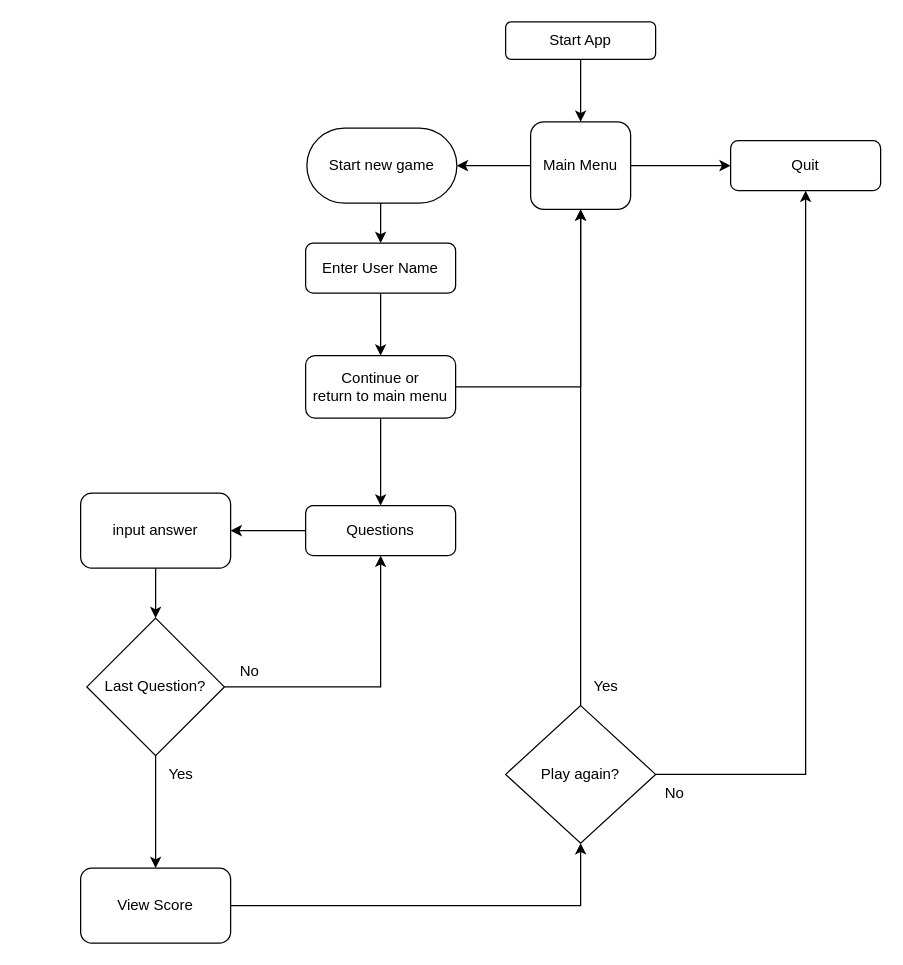
The draw.io diagram projects/terminal-app/docs/control-flow.drawio in Luke-kb/terminal-trivia, before the edit. Source tidied: cells renumbered, new cells numbered last; positions are measured from the earlier drawing's top-left corner, leaving out a move shared by most shapes. Both pictures are drawn from the tidied source at 125%, with x=0, y=0 at pixel (80, 21).
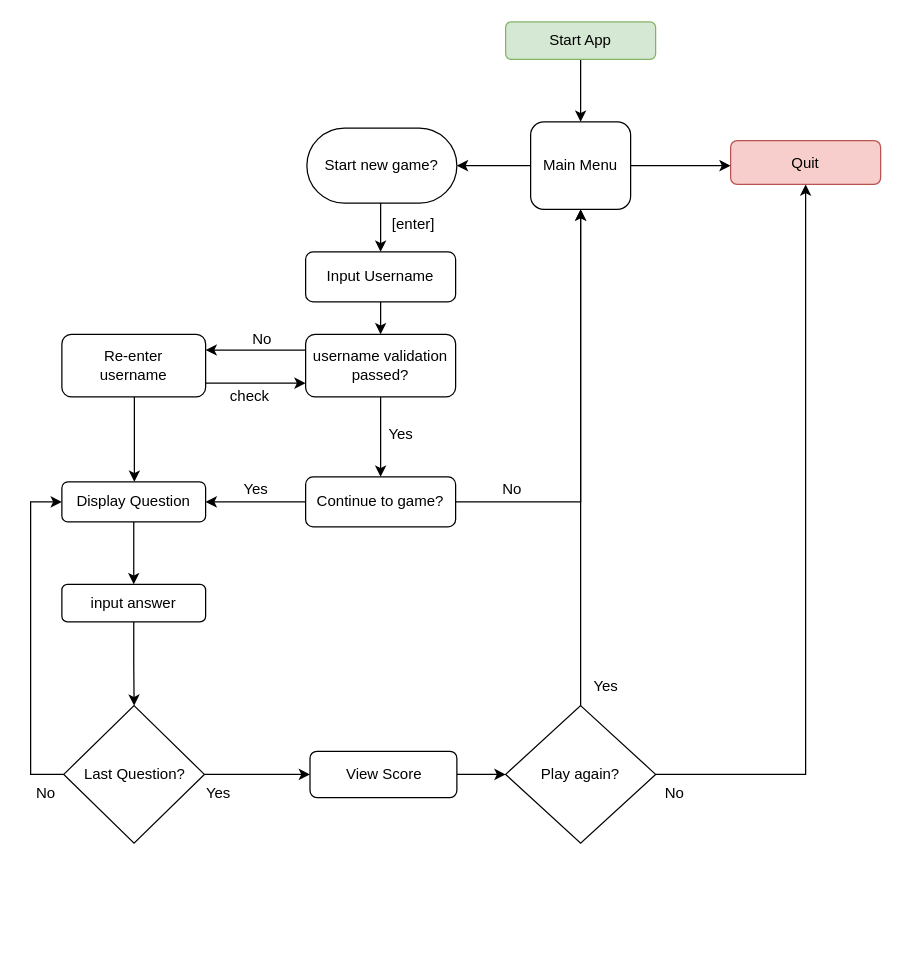
Above is the later version.

Commit message (it also covers changes not shown here):
updated control flow diagram to include username validation

Unchanged cells that the change refers to:
```xml
<mxCell id="27" value="Main Menu" style="rounded=1;whiteSpace=wrap;html=1;" parent="1" vertex="1">
  <mxGeometry x="360" y="80" width="80" height="70" as="geometry" />
</mxCell>
```

What changed in the source:
```diff
@@
-    <mxCell id="3" value="Start App" style="rounded=1;whiteSpace=wrap;html=1;fontSize=12;glass=0;strokeWidth=1;shadow=0;" parent="1" vertex="1">
+    <mxCell id="3" value="Start App" style="rounded=1;whiteSpace=wrap;html=1;fontSize=12;glass=0;strokeWidth=1;shadow=0;fillColor=#d5e8d4;strokeColor=#82b366;" parent="1" vertex="1">
       <mxGeometry x="340" width="120" height="30" as="geometry" />
     </mxCell>
@@
-    <mxCell id="5" value="Enter User Name" style="rounded=1;whiteSpace=wrap;html=1;fontSize=12;glass=0;strokeWidth=1;shadow=0;" parent="1" vertex="1">
-      <mxGeometry x="180" y="177" width="120" height="40" as="geometry" />
+    <mxCell id="5" value="Input Username" style="rounded=1;whiteSpace=wrap;html=1;fontSize=12;glass=0;strokeWidth=1;shadow=0;" parent="1" vertex="1">
+      <mxGeometry x="180" y="184" width="120" height="40" as="geometry" />
     </mxCell>
-    <mxCell id="6" style="edgeStyle=orthogonalEdgeStyle;rounded=0;jettySize=auto;html=1;" parent="1" edge="1" source="8" target="27">
-      <mxGeometry relative="1" as="geometry" />
-    </mxCell>
+    <mxCell id="31" style="edgeStyle=orthogonalEdgeStyle;rounded=0;jettySize=auto;html=1;exitX=0;exitY=0.25;exitDx=0;exitDy=0;entryX=1;entryY=0.25;entryDx=0;entryDy=0;" parent="1" edge="1" source="8" target="40">
+      <mxGeometry relative="1" as="geometry" />
+    </mxCell>
-    <mxCell id="7" style="edgeStyle=orthogonalEdgeStyle;rounded=0;jettySize=auto;html=1;" parent="1" edge="1" source="8" target="10">
+    <mxCell id="7" style="edgeStyle=orthogonalEdgeStyle;rounded=0;jettySize=auto;html=1;exitX=0.5;exitY=1;exitDx=0;exitDy=0;entryX=0.5;entryY=0;entryDx=0;entryDy=0;" parent="1" edge="1" source="8" target="10">
       <mxGeometry relative="1" as="geometry" />
     </mxCell>
-    <mxCell id="8" value="&lt;div&gt;Continue or &lt;br&gt;&lt;/div&gt;&lt;div&gt;return to main menu&lt;/div&gt;" style="rounded=1;whiteSpace=wrap;html=1;fontSize=12;glass=0;strokeWidth=1;shadow=0;" parent="1" vertex="1">
-      <mxGeometry x="180" y="267" width="120" height="50" as="geometry" />
+    <mxCell id="8" value="username validation passed?" style="rounded=1;whiteSpace=wrap;html=1;fontSize=12;glass=0;strokeWidth=1;shadow=0;" parent="1" vertex="1">
+      <mxGeometry x="180" y="250" width="120" height="50" as="geometry" />
     </mxCell>
-    <mxCell id="9" style="edgeStyle=orthogonalEdgeStyle;rounded=0;jettySize=auto;html=1;entryX=1;entryY=0.5;entryDx=0;entryDy=0;" parent="1" edge="1" source="10" target="15">
+    <mxCell id="9" style="edgeStyle=orthogonalEdgeStyle;rounded=0;jettySize=auto;html=1;entryX=1;entryY=0.5;entryDx=0;entryDy=0;" parent="1" edge="1" source="10" target="34">
       <mxGeometry relative="1" as="geometry" />
     </mxCell>
+    <mxCell id="32" style="edgeStyle=orthogonalEdgeStyle;rounded=0;jettySize=auto;html=1;exitX=1;exitY=0.5;exitDx=0;exitDy=0;" parent="1" edge="1" source="10" target="27">
+      <mxGeometry relative="1" as="geometry" />
+    </mxCell>
-    <mxCell id="10" value="Questions" style="rounded=1;whiteSpace=wrap;html=1;fontSize=12;glass=0;strokeWidth=1;shadow=0;" parent="1" vertex="1">
-      <mxGeometry x="180" y="387" width="120" height="40" as="geometry" />
+    <mxCell id="10" value="Continue to game?" style="rounded=1;whiteSpace=wrap;html=1;fontSize=12;glass=0;strokeWidth=1;shadow=0;" parent="1" vertex="1">
+      <mxGeometry x="180" y="364" width="120" height="40" as="geometry" />
     </mxCell>
-    <mxCell id="11" value="Quit" style="rounded=1;whiteSpace=wrap;html=1;fontSize=12;glass=0;strokeWidth=1;shadow=0;" parent="1" vertex="1">
-      <mxGeometry x="520" y="95" width="120" height="40" as="geometry" />
+    <mxCell id="11" value="Quit" style="rounded=1;whiteSpace=wrap;html=1;fontSize=12;glass=0;strokeWidth=1;shadow=0;fillColor=#f8cecc;strokeColor=#b85450;" parent="1" vertex="1">
+      <mxGeometry x="520" y="95" width="120" height="35" as="geometry" />
     </mxCell>
@@
-    <mxCell id="13" value="Start new game" style="rounded=1;whiteSpace=wrap;html=1;arcSize=50;" parent="1" vertex="1">
+    <mxCell id="13" value="Start new game?" style="rounded=1;whiteSpace=wrap;html=1;arcSize=50;" parent="1" vertex="1">
       <mxGeometry x="181" y="85" width="120" height="60" as="geometry" />
     </mxCell>
@@
     <mxCell id="15" value="input answer" style="rounded=1;whiteSpace=wrap;html=1;" parent="1" vertex="1">
-      <mxGeometry y="377" width="120" height="60" as="geometry" />
+      <mxGeometry x="-15" y="450" width="115" height="30" as="geometry" />
     </mxCell>
-    <mxCell id="16" style="edgeStyle=orthogonalEdgeStyle;rounded=0;jettySize=auto;html=1;" parent="1" edge="1" source="18">
-      <mxGeometry relative="1" as="geometry">
-        <mxPoint x="60" y="677" as="targetPoint" />
-      </mxGeometry>
-    </mxCell>
-    <mxCell id="17" style="edgeStyle=orthogonalEdgeStyle;rounded=0;jettySize=auto;html=1;entryX=0.5;entryY=1;entryDx=0;entryDy=0;" parent="1" edge="1" source="18" target="10">
-      <mxGeometry relative="1" as="geometry" />
-    </mxCell>
+    <mxCell id="33" style="edgeStyle=orthogonalEdgeStyle;rounded=0;jettySize=auto;html=1;exitX=0.5;exitY=1;exitDx=0;exitDy=0;entryX=0.5;entryY=0;entryDx=0;entryDy=0;" parent="1" edge="1" source="34" target="15">
+      <mxGeometry relative="1" as="geometry" />
+    </mxCell>
+    <mxCell id="34" value="Display Question" style="rounded=1;whiteSpace=wrap;html=1;" parent="1" vertex="1">
+      <mxGeometry x="-15" y="368" width="115" height="32" as="geometry" />
+    </mxCell>
+    <mxCell id="35" style="edgeStyle=elbowEdgeStyle;rounded=0;jettySize=auto;html=1;exitX=0;exitY=0.5;exitDx=0;exitDy=0;entryX=0;entryY=0.5;entryDx=0;entryDy=0;" parent="1" edge="1" source="18" target="34">
+      <mxGeometry relative="1" as="geometry">
+        <Array as="points">
+          <mxPoint x="-40" y="320" />
+          <mxPoint x="-40" y="370" />
+          <mxPoint x="-40" y="390" />
+          <mxPoint x="-80" y="430" />
+        </Array>
+      </mxGeometry>
+    </mxCell>
+    <mxCell id="36" style="edgeStyle=elbowEdgeStyle;rounded=0;jettySize=auto;html=1;exitX=1;exitY=0.5;exitDx=0;exitDy=0;entryX=0;entryY=0.5;entryDx=0;entryDy=0;" parent="1" edge="1" source="18" target="20">
+      <mxGeometry relative="1" as="geometry" />
+    </mxCell>
     <mxCell id="18" value="Last Question?" style="rhombus;whiteSpace=wrap;html=1;" parent="1" vertex="1">
-      <mxGeometry x="5" y="477" width="110" height="110" as="geometry" />
+      <mxGeometry x="-13.5" y="547" width="112.5" height="110" as="geometry" />
     </mxCell>
@@
     <mxCell id="20" value="View Score" style="rounded=1;whiteSpace=wrap;html=1;" parent="1" vertex="1">
-      <mxGeometry y="677" width="120" height="60" as="geometry" />
+      <mxGeometry x="183.5" y="583.5" width="117.5" height="37" as="geometry" />
     </mxCell>
     <mxCell id="21" value="Yes" style="text;html=1;align=center;verticalAlign=middle;" parent="1" vertex="1">
-      <mxGeometry x="60" y="592" width="40" height="20" as="geometry" />
+      <mxGeometry x="90" y="607" width="40" height="20" as="geometry" />
     </mxCell>
@@
     <mxCell id="28" value="No" style="text;html=1;align=center;verticalAlign=middle;" parent="1" vertex="1">
-      <mxGeometry x="120" y="510" width="30" height="20" as="geometry" />
+      <mxGeometry x="-43.5" y="607" width="30" height="20" as="geometry" />
     </mxCell>
@@
+    <mxCell id="37" value="[enter]" style="text;html=1;align=center;verticalAlign=middle;" parent="1" vertex="1">
+      <mxGeometry x="236" y="152" width="60" height="20" as="geometry" />
+    </mxCell>
+    <mxCell id="38" style="edgeStyle=orthogonalEdgeStyle;rounded=0;orthogonalLoop=1;jettySize=auto;html=1;" parent="1" edge="1">
+      <mxGeometry relative="1" as="geometry">
+        <mxPoint x="100" y="289" as="sourcePoint" />
+        <mxPoint x="180" y="289" as="targetPoint" />
+      </mxGeometry>
+    </mxCell>
+    <mxCell id="39" style="edgeStyle=elbowEdgeStyle;rounded=0;jettySize=auto;html=1;" parent="1" edge="1" source="40" target="34">
+      <mxGeometry relative="1" as="geometry" />
+    </mxCell>
+    <mxCell id="40" value="&lt;div&gt;Re-enter &lt;br&gt;&lt;/div&gt;&lt;div&gt;username&lt;/div&gt;" style="rounded=1;whiteSpace=wrap;html=1;" parent="1" vertex="1">
+      <mxGeometry x="-15" y="250" width="115" height="50" as="geometry" />
+    </mxCell>
+    <mxCell id="41" value="No" style="text;html=1;align=center;verticalAlign=middle;" parent="1" vertex="1">
+      <mxGeometry x="130" y="244" width="30" height="20" as="geometry" />
+    </mxCell>
+    <mxCell id="42" value="Yes" style="text;html=1;align=center;verticalAlign=middle;" parent="1" vertex="1">
+      <mxGeometry x="236" y="320" width="40" height="20" as="geometry" />
+    </mxCell>
+    <mxCell id="43" value="No" style="text;html=1;align=center;verticalAlign=middle;" parent="1" vertex="1">
+      <mxGeometry x="330" y="364" width="30" height="20" as="geometry" />
+    </mxCell>
+    <mxCell id="44" value="&lt;div&gt;Yes&lt;/div&gt;" style="text;html=1;align=center;verticalAlign=middle;" parent="1" vertex="1">
+      <mxGeometry x="120" y="364" width="40" height="20" as="geometry" />
+    </mxCell>
+    <mxCell id="45" value="check" style="text;html=1;align=center;verticalAlign=middle;" parent="1" vertex="1">
+      <mxGeometry x="110" y="290" width="50" height="20" as="geometry" />
+    </mxCell>
```
